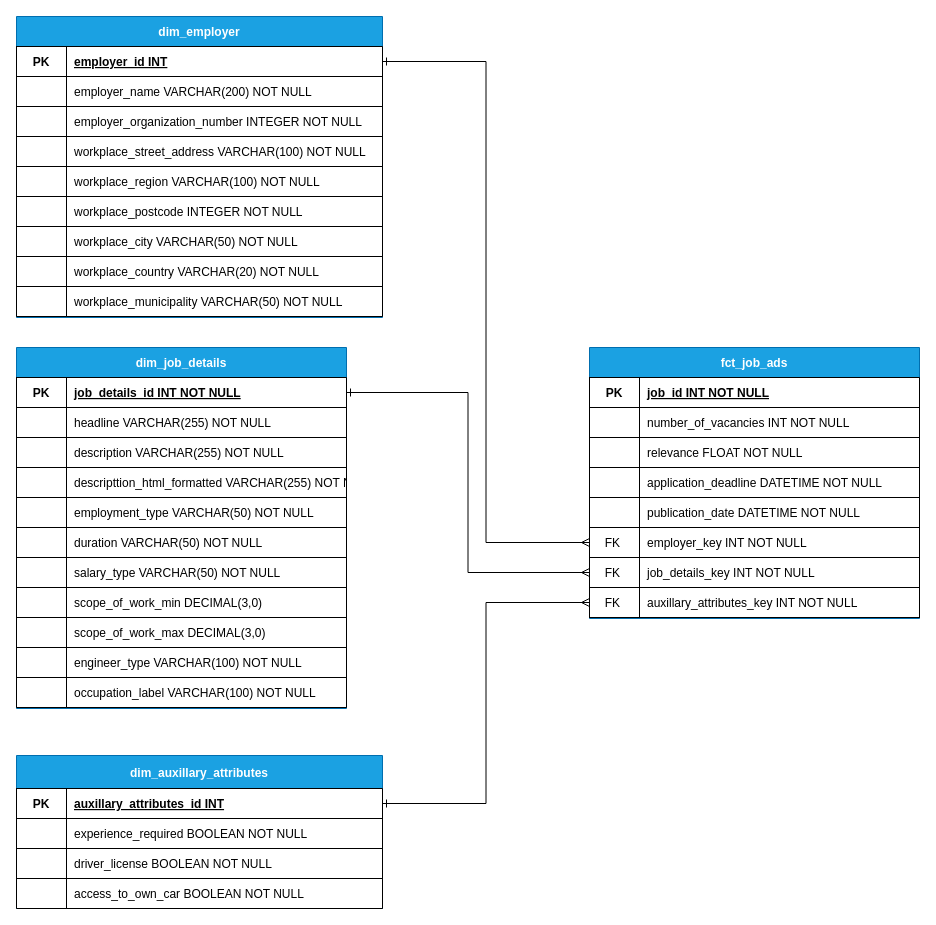
The draw.io diagram ER_diagram/job_ads.drawio in KristoferFangrat/Team_engineer, before the edit. Source tidied: cells renumbered, new cells numbered last; positions are measured from the earlier drawing's top-left corner, leaving out a move shared by most shapes. Both pictures are drawn from the tidied source at 100%, with x=0, y=0 at pixel (16, 16).
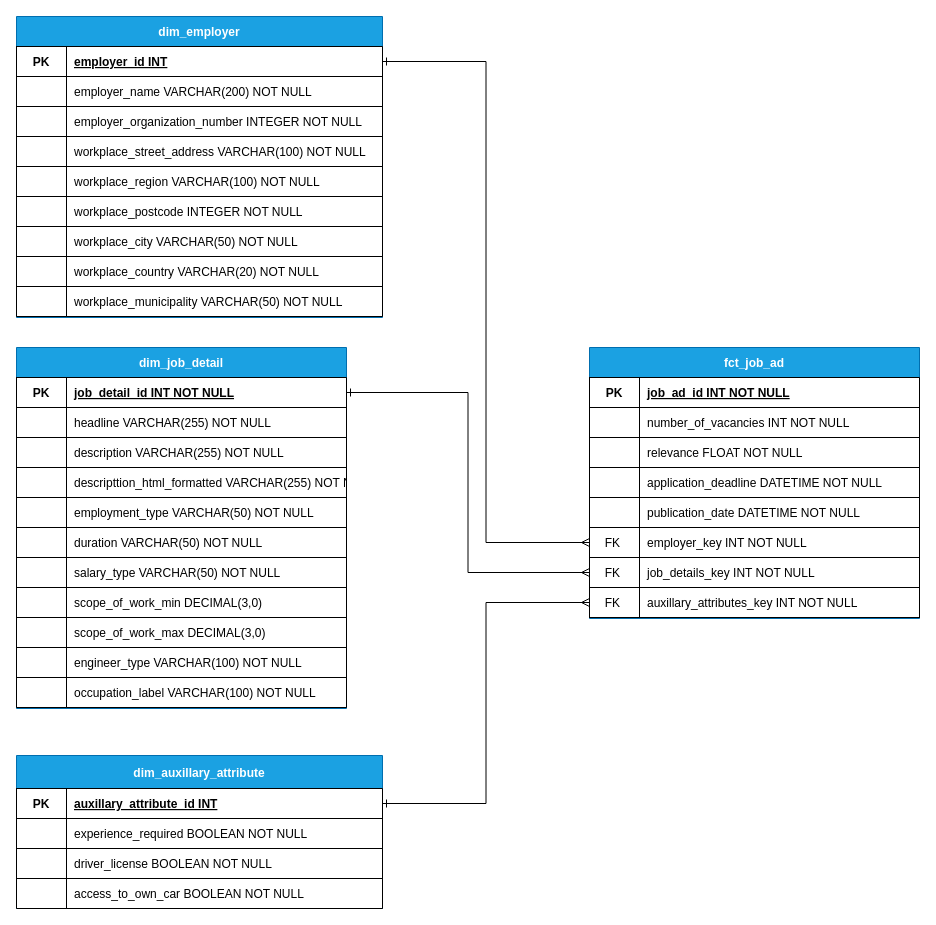
The same diagram, later.

Commit message:
name  changes in the dim and fact tables

The change refers to these unchanged cells:
```xml
<mxCell id="3" style="shape=partialRectangle;fillColor=none;top=0;left=0;right=0;bottom=1;" parent="2" vertex="1">
  <mxGeometry y="30" width="330" height="30" as="geometry" />
</mxCell>
<mxCell id="28" style="shape=partialRectangle;fillColor=none;points=[[0,0.5],[1,0.5]];portConstraint=eastwest;top=0;left=0;right=0;bottom=1;" parent="27" vertex="1">
  <mxGeometry y="30" width="330" height="30" as="geometry" />
</mxCell>
<mxCell id="90" style="shape=partialRectangle;fillColor=none;points=[[0,0.5],[1,0.5]];portConstraint=eastwest;top=0;left=0;right=0;bottom=1;" parent="89" vertex="1">
  <mxGeometry y="33" width="366" height="30" as="geometry" />
</mxCell>
```

Diff of the diagram source:
```diff
@@
-    <mxCell id="2" value="fct_job_ads" style="shape=table;startSize=30;childLayout=tableLayout;rowLines=0;fontStyle=1;align=center;fillColor=#1ba1e2;fontColor=#ffffff;strokeColor=#006EAF;" parent="1" vertex="1">
+    <mxCell id="2" value="fct_job_ad" style="shape=table;startSize=30;childLayout=tableLayout;rowLines=0;fontStyle=1;align=center;fillColor=#1ba1e2;fontColor=#ffffff;strokeColor=#006EAF;" parent="1" vertex="1">
       <mxGeometry x="573" y="331" width="330" height="271" as="geometry" />
     </mxCell>
@@
-    <mxCell id="5" value="job_id INT NOT NULL" style="shape=partialRectangle;overflow=hidden;fillColor=none;top=1;left=1;bottom=1;right=1;align=left;spacingLeft=6;fontStyle=5;" parent="3" vertex="1">
+    <mxCell id="5" value="job_ad_id INT NOT NULL" style="shape=partialRectangle;overflow=hidden;fillColor=none;top=1;left=1;bottom=1;right=1;align=left;spacingLeft=6;fontStyle=5;" parent="3" vertex="1">
       <mxGeometry x="50" width="280" height="30" as="geometry" />
     </mxCell>
@@
-    <mxCell id="27" value="dim_job_details" style="shape=table;startSize=30;childLayout=tableLayout;rowLines=0;fontStyle=1;align=center;fillColor=#1ba1e2;fontColor=#ffffff;strokeColor=#006EAF;" parent="1" vertex="1">
+    <mxCell id="27" value="dim_job_detail" style="shape=table;startSize=30;childLayout=tableLayout;rowLines=0;fontStyle=1;align=center;fillColor=#1ba1e2;fontColor=#ffffff;strokeColor=#006EAF;" parent="1" vertex="1">
       <mxGeometry y="331" width="330" height="361" as="geometry" />
     </mxCell>
@@
-    <mxCell id="30" value="job_details_id INT NOT NULL" style="shape=partialRectangle;overflow=hidden;fillColor=none;top=1;left=1;bottom=1;right=1;align=left;spacingLeft=6;fontStyle=5;" parent="28" vertex="1">
+    <mxCell id="30" value="job_detail_id INT NOT NULL" style="shape=partialRectangle;overflow=hidden;fillColor=none;top=1;left=1;bottom=1;right=1;align=left;spacingLeft=6;fontStyle=5;" parent="28" vertex="1">
       <mxGeometry x="50" width="280" height="30" as="geometry" />
     </mxCell>
@@
-    <mxCell id="89" value="dim_auxillary_attributes" style="shape=table;startSize=33;childLayout=tableLayout;rowLines=0;fontStyle=1;align=center;fillColor=#1ba1e2;fontColor=#ffffff;strokeColor=#006EAF;" parent="1" vertex="1">
+    <mxCell id="89" value="dim_auxillary_attribute" style="shape=table;startSize=33;childLayout=tableLayout;rowLines=0;fontStyle=1;align=center;fillColor=#1ba1e2;fontColor=#ffffff;strokeColor=#006EAF;" parent="1" vertex="1">
       <mxGeometry y="739" width="366" height="153" as="geometry" />
     </mxCell>
@@
-    <mxCell id="92" value="auxillary_attributes_id INT" style="shape=partialRectangle;overflow=hidden;fillColor=none;top=1;left=1;bottom=1;right=1;align=left;spacingLeft=6;fontStyle=5;" parent="90" vertex="1">
+    <mxCell id="92" value="auxillary_attribute_id INT" style="shape=partialRectangle;overflow=hidden;fillColor=none;top=1;left=1;bottom=1;right=1;align=left;spacingLeft=6;fontStyle=5;" parent="90" vertex="1">
       <mxGeometry x="50" width="316" height="30" as="geometry" />
     </mxCell>
```
